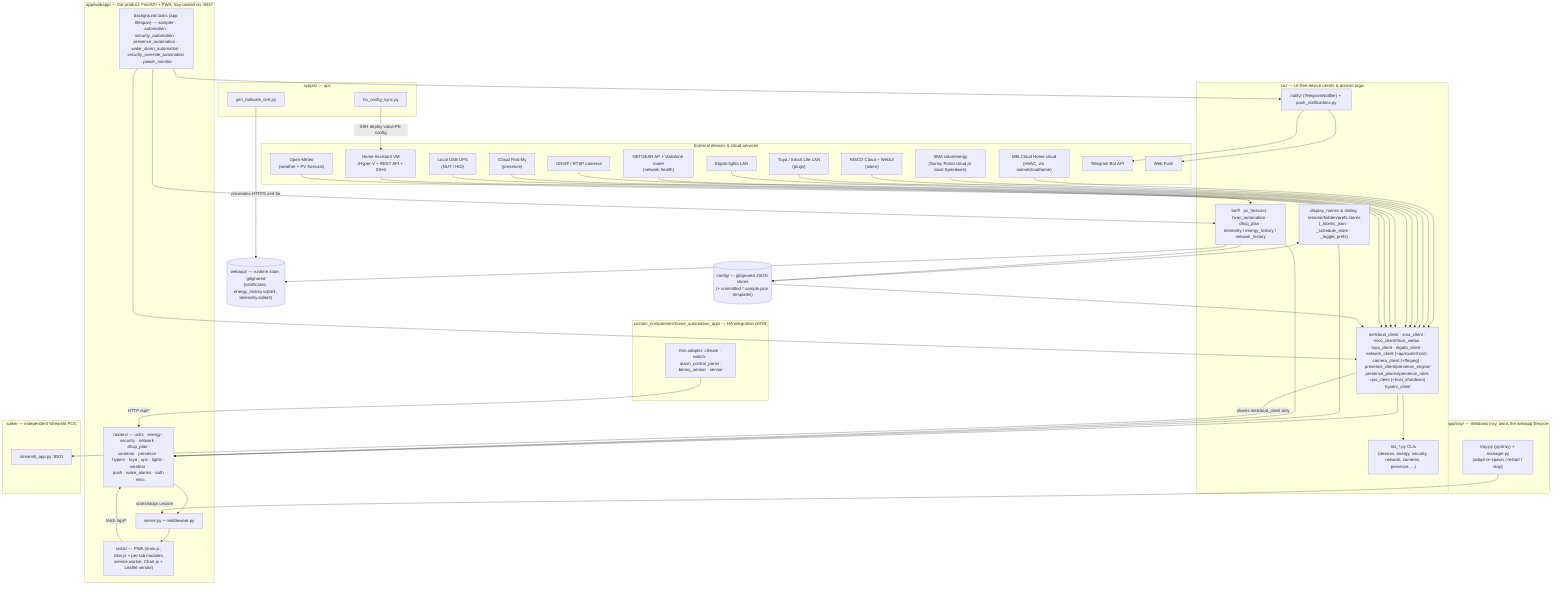
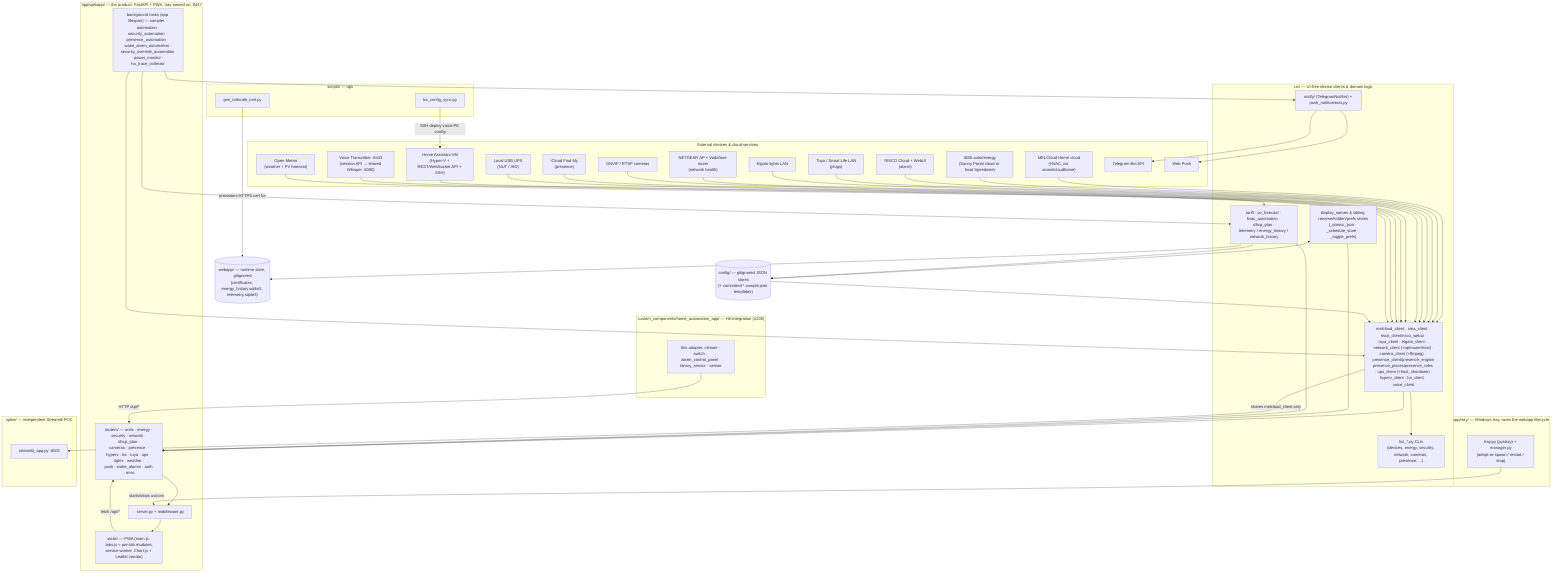
%% docs/architecture.mmd — home-automation's own internal structure.
%% Hand-authored, not generated — a per-repo companion to the fleet-wide
%% convention established in fleet-config#256 (this repo has no mechanically
%% crawled fleet-map equivalent; its internal shape is semantic). Update this
%% diagram in the same PR as any material structural change (a new device
%% integration, a relocated automation task, a moved script) — same
%% anti-staleness contract as this repo's own `.fleet.toml` `description`
%% field. See docs/architecture.md for the exhaustive per-file inventory;
%% this file is the high-level shape + data flow only.

flowchart TB
  subgraph external["External devices & cloud services"]
    MELCLOUD["MELCloud Home cloud\n(HVAC, via aiomelcloudhome)"]
    SMA["SMA solar/energy\n(Sunny Portal cloud or local Speedwire)"]
    RISCO["RISCO Cloud + WebUI\n(alarm)"]
    TUYA["Tuya / Smart Life LAN\n(plugs)"]
    ELGATO["Elgato lights LAN"]
    LAN["NETGEAR AP + Vodafone router\n(network health)"]
    CAMS["ONVIF / RTSP cameras"]
    ICLOUD["iCloud Find My\n(presence)"]
    METEO["Open-Meteo\n(weather + PV forecast)"]
    UPS["Local USB UPS\n(NUT / HID)"]
-     HAVM["Home Assistant VM\n(Hyper-V + REST API + SSH)"]
+     HAVM["Home Assistant VM\n(Hyper-V + REST/WebSocket API + SSH)"]
+     VOICE["Voice Transcriber :8443\n(session API → shared Whisper :8090)"]
    TELEGRAM["Telegram Bot API"]
    WEBPUSH["Web Push"]
  end

  subgraph core["src/ — UI-free device clients & domain logic"]
-     CLIENTS["melcloud_client · sma_client · risco_client/risco_webui ·\ntuya_client · elgato_client · network_client (+ap/router/host) ·\ncamera_client (+ffmpeg) · presence_client/presence_engine/\npresence_places/presence_roles · ups_client (+host_shutdown) ·\nhyperv_client"]
+     CLIENTS["melcloud_client · sma_client · risco_client/risco_webui ·\ntuya_client · elgato_client · network_client (+ap/router/host) ·\ncamera_client (+ffmpeg) · presence_client/presence_engine/\npresence_places/presence_roles · ups_client (+host_shutdown) ·\nhyperv_client · ha_client · voice_client"]
    DOMAIN["tariff · pv_forecast · hvac_automation · dhcp_plan ·\ntelemetry / energy_history / network_history"]
    STORES["display_names & sibling rename/hidden/prefs stores\n(_atomic_json · _schedule_store · _toggle_prefs)"]
    NOTIFY["notify/ (TelegramNotifier) + push_notifications.py"]
    CLIS["list_*.py CLIs\n(devices, energy, security, network, cameras, presence, ...)"]
  end

  MELCLOUD --> CLIENTS
  SMA --> CLIENTS
  RISCO --> CLIENTS
  TUYA --> CLIENTS
  ELGATO --> CLIENTS
  LAN --> CLIENTS
  CAMS --> CLIENTS
  ICLOUD --> CLIENTS
  METEO --> DOMAIN
  UPS --> CLIENTS
  HAVM --> CLIENTS
+   VOICE --> CLIENTS
  NOTIFY --> TELEGRAM
  NOTIFY --> WEBPUSH
  CLIENTS --> CLIS

  CONFIG[("config/ — gitignored JSON stores\n(+ committed *.sample.json templates)")]
  RUNTIME[("webapp/ — runtime state, gitignored\n(certificates, energy_history.sqlite3, telemetry.sqlite3)")]
  CONFIG --> CLIENTS
  STORES <--> CONFIG
  DOMAIN --> CONFIG
  DOMAIN --> RUNTIME

  subgraph webapp["app/webapp/ — the product: FastAPI + PWA, tray-owned on :8447"]
    SERVER["server.py + middleware.py"]
-     ROUTERS["routers/ — units · energy · security · network · dhcp_plan ·\ncameras · presence · hyperv · tuya · ups · lights · weather ·\npush · wake_alarms · auth · misc"]
-     BGTASKS["background tasks (app lifespan) — sampler · automation ·\nsecurity_automation · presence_automation · wake_alarm_automation ·\nsecurity_override_automation · power_monitor"]
+     ROUTERS["routers/ — units · energy · security · network · dhcp_plan ·\ncameras · presence · hyperv · ha · tuya · ups · lights · weather ·\npush · wake_alarms · auth · misc"]
+     BGTASKS["background tasks (app lifespan) — sampler · automation ·\nsecurity_automation · presence_automation · wake_alarm_automation ·\nsecurity_override_automation · power_monitor · ha_trace_collector"]
    STATIC["static/ — PWA (main.js, tabs.js + per-tab modules,\nservice worker, Chart.js + Leaflet vendor)"]
  end

  CLIENTS --> ROUTERS
  STORES --> ROUTERS
  DOMAIN --> ROUTERS
  ROUTERS --> SERVER
  BGTASKS --> CLIENTS
  BGTASKS --> DOMAIN
  BGTASKS --> NOTIFY
  SERVER --> STATIC
  STATIC -->|fetch /api/*| ROUTERS

  subgraph tray_sub["app/tray/ — Windows tray, owns the webapp lifecycle"]
    TRAY["tray.py (pystray) + manager.py\n(adopt-or-spawn / restart / stop)"]
  end
  TRAY -->|starts/stops uvicorn| SERVER

  subgraph ha["custom_components/home_automation_app/ — HA integration (#235)"]
    HAINT["thin adapter: climate · switch · alarm_control_panel ·\nbinary_sensor · sensor"]
  end
  HAINT -->|HTTP /api/*| ROUTERS

  subgraph ops["scripts/ — ops"]
    CERTGEN["gen_tailscale_cert.py"]
    HASYNC["ha_config_sync.py"]
  end
  CERTGEN -->|provisions HTTPS cert for| RUNTIME
  HASYNC -->|SSH deploy voice-PE config| HAVM

  subgraph spike_sub["spike/ — independent Streamlit POC"]
    STREAMLIT["streamlit_app.py :8501"]
  end
  CLIENTS -->|shares melcloud_client only| STREAMLIT
